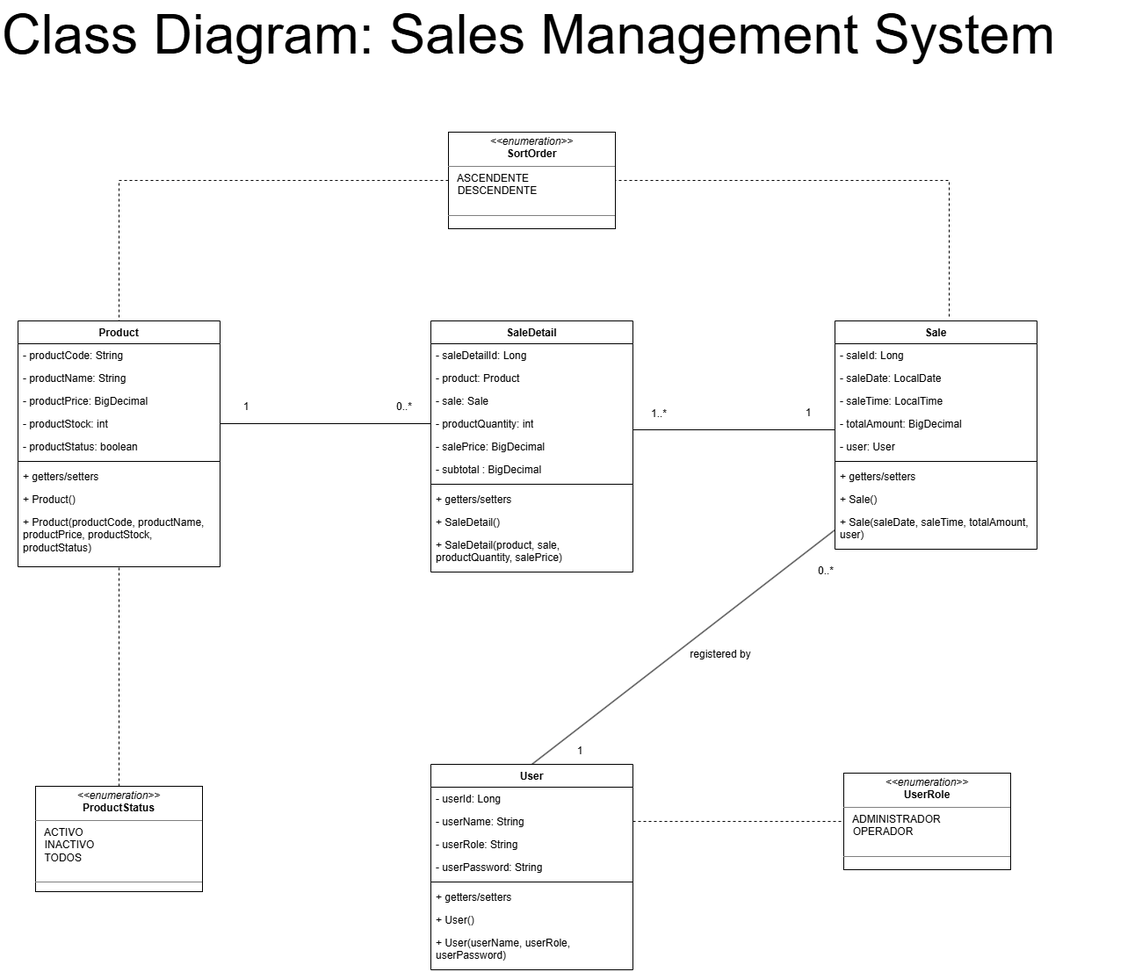
The draw.io diagram docs/diagrams/Class_Diagram.png in Marcos556149/sales-management-system, before a commit. Source tidied: cells renumbered, new cells last; positions are measured from the earlier drawing's top-left corner, leaving out a move shared by most shapes.
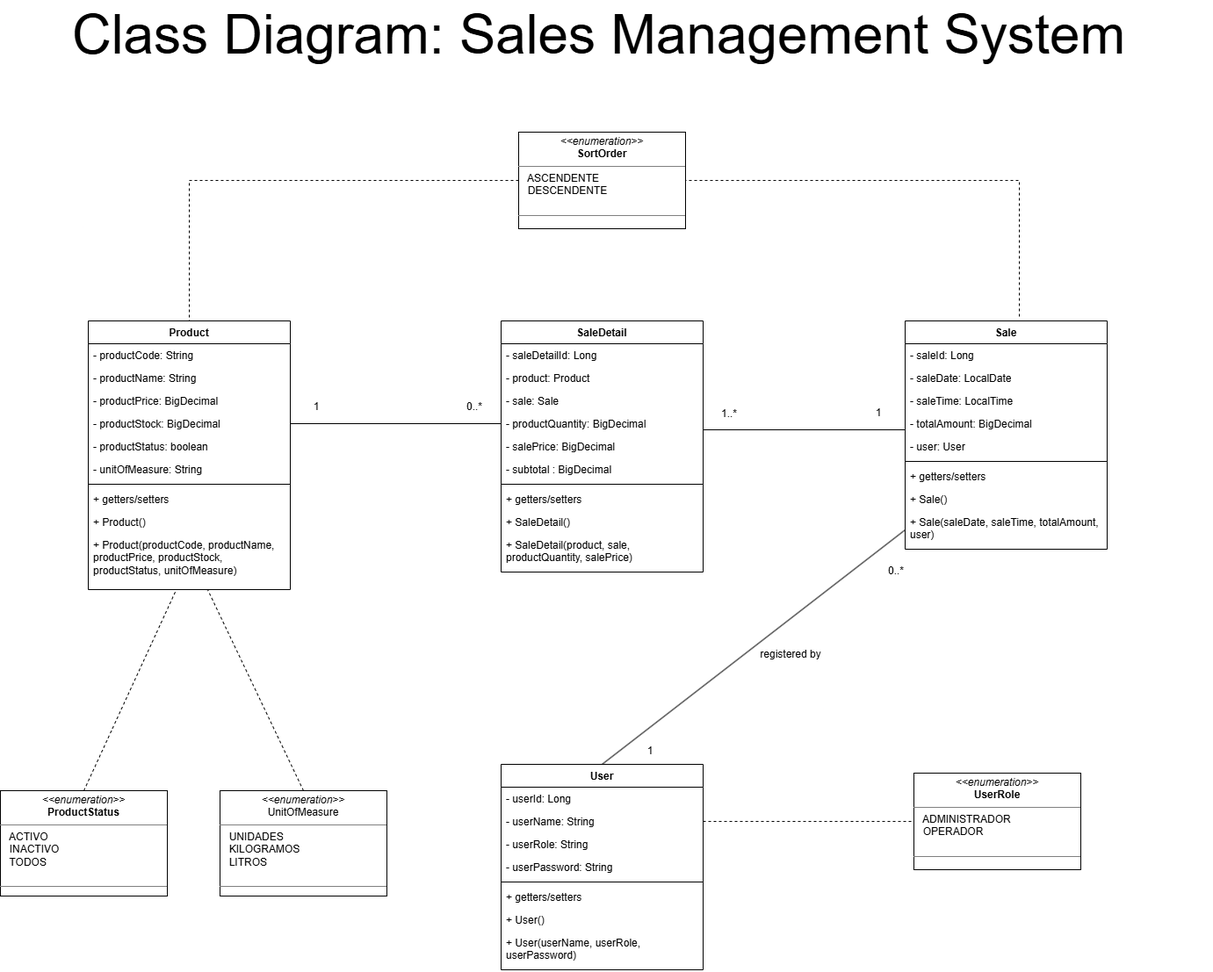
Above is the later version.

Commit message:
docs: update class diagram, add UnitOfMeasure enum, add unitOfMeasure to Product, update stock of Product and SaleDetail quantity types

Diff of the diagram source:
```diff
@@ -3,7 +3,7 @@
     <mxCell id="0" />
     <mxCell id="1" parent="0" />
     <mxCell id="2" value="Product" style="swimlane;fontStyle=1;align=center;verticalAlign=top;horizontal=1;startSize=26;whiteSpace=wrap;html=1;" parent="1" vertex="1">
-      <mxGeometry x="20" y="365" width="230" height="280" as="geometry" />
+      <mxGeometry x="20" y="365" width="230" height="306" as="geometry" />
     </mxCell>
     <mxCell id="3" value="- productCode: String" style="text;strokeColor=none;fillColor=none;align=left;verticalAlign=top;spacingLeft=4;spacingRight=4;overflow=hidden;whiteSpace=wrap;html=1;" parent="2" vertex="1">
       <mxGeometry y="26" width="230" height="26" as="geometry" />
@@ -14,24 +14,27 @@
     <mxCell id="5" value="- productPrice:&amp;nbsp;BigDecimal" style="text;strokeColor=none;fillColor=none;align=left;verticalAlign=top;spacingLeft=4;spacingRight=4;overflow=hidden;whiteSpace=wrap;html=1;" parent="2" vertex="1">
       <mxGeometry y="78" width="230" height="26" as="geometry" />
     </mxCell>
-    <mxCell id="6" value="- productStock: int" style="text;strokeColor=none;fillColor=none;align=left;verticalAlign=top;spacingLeft=4;spacingRight=4;overflow=hidden;whiteSpace=wrap;html=1;" parent="2" vertex="1">
-      <mxGeometry y="104" width="230" height="26" as="geometry" />
-    </mxCell>
+    <mxCell id="60" value="- productStock: BigDecimal" style="text;strokeColor=none;fillColor=none;align=left;verticalAlign=top;spacingLeft=4;spacingRight=4;overflow=hidden;whiteSpace=wrap;html=1;" parent="2" vertex="1">
+      <mxGeometry y="104" width="230" height="26" as="geometry" />
+    </mxCell>
     <mxCell id="7" value="- productStatus: boolean" style="text;strokeColor=none;fillColor=none;align=left;verticalAlign=top;spacingLeft=4;spacingRight=4;overflow=hidden;whiteSpace=wrap;html=1;" parent="2" vertex="1">
       <mxGeometry y="130" width="230" height="26" as="geometry" />
     </mxCell>
-    <mxCell id="8" style="line;strokeWidth=1;fillColor=none;align=left;verticalAlign=middle;spacingTop=-1;spacingLeft=3;spacingRight=3;labelPosition=right;strokeColor=inherit;" parent="2" vertex="1">
-      <mxGeometry y="156" width="230" height="8" as="geometry" />
-    </mxCell>
-    <mxCell id="9" value="+ getters/setters" style="text;strokeColor=none;fillColor=none;align=left;verticalAlign=top;spacingLeft=4;spacingRight=4;overflow=hidden;whiteSpace=wrap;html=1;" parent="2" vertex="1">
-      <mxGeometry y="164" width="230" height="26" as="geometry" />
-    </mxCell>
+    <mxCell id="61" value="- unitOfMeasure: String" style="text;strokeColor=none;fillColor=none;align=left;verticalAlign=top;spacingLeft=4;spacingRight=4;overflow=hidden;whiteSpace=wrap;html=1;" parent="2" vertex="1">
+      <mxGeometry y="156" width="230" height="26" as="geometry" />
+    </mxCell>
+    <mxCell id="62" style="line;strokeWidth=1;fillColor=none;align=left;verticalAlign=middle;spacingTop=-1;spacingLeft=3;spacingRight=3;labelPosition=right;strokeColor=inherit;" parent="2" vertex="1">
+      <mxGeometry y="182" width="230" height="8" as="geometry" />
+    </mxCell>
+    <mxCell id="63" value="+ getters/setters" style="text;strokeColor=none;fillColor=none;align=left;verticalAlign=top;spacingLeft=4;spacingRight=4;overflow=hidden;whiteSpace=wrap;html=1;" parent="2" vertex="1">
+      <mxGeometry y="190" width="230" height="26" as="geometry" />
+    </mxCell>
     <mxCell id="10" value="+ Product()" style="text;strokeColor=none;fillColor=none;align=left;verticalAlign=top;spacingLeft=4;spacingRight=4;overflow=hidden;whiteSpace=wrap;html=1;" parent="2" vertex="1">
-      <mxGeometry y="190" width="230" height="26" as="geometry" />
+      <mxGeometry y="216" width="230" height="26" as="geometry" />
     </mxCell>
-    <mxCell id="11" value="+ Product(productCode, productName, productPrice, productStock, productStatus)" style="text;strokeColor=none;fillColor=none;align=left;verticalAlign=top;spacingLeft=4;spacingRight=4;overflow=hidden;points=[[0,0.5],[1,0.5]];portConstraint=eastwest;whiteSpace=wrap;html=1;" parent="2" vertex="1">
-      <mxGeometry y="216" width="230" height="64" as="geometry" />
-    </mxCell>
+    <mxCell id="64" value="+ Product(productCode, productName, productPrice, productStock, productStatus, unitOfMeasure)" style="text;strokeColor=none;fillColor=none;align=left;verticalAlign=top;spacingLeft=4;spacingRight=4;overflow=hidden;points=[[0,0.5],[1,0.5]];portConstraint=eastwest;whiteSpace=wrap;html=1;" parent="2" vertex="1">
+      <mxGeometry y="242" width="230" height="64" as="geometry" />
+    </mxCell>
     <mxCell id="12" value="Sale" style="swimlane;fontStyle=1;align=center;verticalAlign=top;horizontal=1;startSize=26;whiteSpace=wrap;html=1;" parent="1" vertex="1">
       <mxGeometry x="950" y="365" width="230" height="260" as="geometry" />
     </mxCell>
@@ -50,12 +53,12 @@
     <mxCell id="17" value="- user: User" style="text;strokeColor=none;fillColor=none;align=left;verticalAlign=top;spacingLeft=4;spacingRight=4;overflow=hidden;whiteSpace=wrap;html=1;" parent="12" vertex="1">
       <mxGeometry y="130" width="230" height="26" as="geometry" />
     </mxCell>
-    <mxCell id="18" style="line;strokeWidth=1;fillColor=none;align=left;verticalAlign=middle;spacingTop=-1;spacingLeft=3;spacingRight=3;labelPosition=right;strokeColor=inherit;" parent="12" vertex="1">
-      <mxGeometry y="156" width="230" height="8" as="geometry" />
-    </mxCell>
-    <mxCell id="19" value="+ getters/setters" style="text;strokeColor=none;fillColor=none;align=left;verticalAlign=top;spacingLeft=4;spacingRight=4;overflow=hidden;whiteSpace=wrap;html=1;" parent="12" vertex="1">
-      <mxGeometry y="164" width="230" height="26" as="geometry" />
-    </mxCell>
+    <mxCell id="65" style="line;strokeWidth=1;fillColor=none;align=left;verticalAlign=middle;spacingTop=-1;spacingLeft=3;spacingRight=3;labelPosition=right;strokeColor=inherit;" parent="12" vertex="1">
+      <mxGeometry y="156" width="230" height="8" as="geometry" />
+    </mxCell>
+    <mxCell id="66" value="+ getters/setters" style="text;strokeColor=none;fillColor=none;align=left;verticalAlign=top;spacingLeft=4;spacingRight=4;overflow=hidden;whiteSpace=wrap;html=1;" parent="12" vertex="1">
+      <mxGeometry y="164" width="230" height="26" as="geometry" />
+    </mxCell>
     <mxCell id="20" value="+ Sale()" style="text;strokeColor=none;fillColor=none;align=left;verticalAlign=top;spacingLeft=4;spacingRight=4;overflow=hidden;whiteSpace=wrap;html=1;" parent="12" vertex="1">
       <mxGeometry y="190" width="230" height="26" as="geometry" />
     </mxCell>
@@ -74,21 +77,21 @@
     <mxCell id="25" value="- sale: Sale" style="text;strokeColor=none;fillColor=none;align=left;verticalAlign=top;spacingLeft=4;spacingRight=4;overflow=hidden;whiteSpace=wrap;html=1;" parent="22" vertex="1">
       <mxGeometry y="78" width="230" height="26" as="geometry" />
     </mxCell>
-    <mxCell id="26" value="- productQuantity: int" style="text;strokeColor=none;fillColor=none;align=left;verticalAlign=top;spacingLeft=4;spacingRight=4;overflow=hidden;whiteSpace=wrap;html=1;" parent="22" vertex="1">
-      <mxGeometry y="104" width="230" height="26" as="geometry" />
-    </mxCell>
+    <mxCell id="67" value="- productQuantity: BigDecimal" style="text;strokeColor=none;fillColor=none;align=left;verticalAlign=top;spacingLeft=4;spacingRight=4;overflow=hidden;whiteSpace=wrap;html=1;" parent="22" vertex="1">
+      <mxGeometry y="104" width="230" height="26" as="geometry" />
+    </mxCell>
     <mxCell id="27" value="- salePrice: BigDecimal" style="text;strokeColor=none;fillColor=none;align=left;verticalAlign=top;spacingLeft=4;spacingRight=4;overflow=hidden;whiteSpace=wrap;html=1;" parent="22" vertex="1">
       <mxGeometry y="130" width="230" height="26" as="geometry" />
     </mxCell>
     <mxCell id="28" value="- subtotal : BigDecimal" style="text;strokeColor=none;fillColor=none;align=left;verticalAlign=top;spacingLeft=4;spacingRight=4;overflow=hidden;whiteSpace=wrap;html=1;" parent="22" vertex="1">
       <mxGeometry y="156" width="230" height="26" as="geometry" />
     </mxCell>
-    <mxCell id="29" style="line;strokeWidth=1;fillColor=none;align=left;verticalAlign=middle;spacingTop=-1;spacingLeft=3;spacingRight=3;labelPosition=right;strokeColor=inherit;" parent="22" vertex="1">
-      <mxGeometry y="182" width="230" height="8" as="geometry" />
-    </mxCell>
-    <mxCell id="30" value="+ getters/setters" style="text;strokeColor=none;fillColor=none;align=left;verticalAlign=top;spacingLeft=4;spacingRight=4;overflow=hidden;whiteSpace=wrap;html=1;" parent="22" vertex="1">
-      <mxGeometry y="190" width="230" height="26" as="geometry" />
-    </mxCell>
+    <mxCell id="68" style="line;strokeWidth=1;fillColor=none;align=left;verticalAlign=middle;spacingTop=-1;spacingLeft=3;spacingRight=3;labelPosition=right;strokeColor=inherit;" parent="22" vertex="1">
+      <mxGeometry y="182" width="230" height="8" as="geometry" />
+    </mxCell>
+    <mxCell id="69" value="+ getters/setters" style="text;strokeColor=none;fillColor=none;align=left;verticalAlign=top;spacingLeft=4;spacingRight=4;overflow=hidden;whiteSpace=wrap;html=1;" parent="22" vertex="1">
+      <mxGeometry y="190" width="230" height="26" as="geometry" />
+    </mxCell>
     <mxCell id="31" value="+ SaleDetail()" style="text;strokeColor=none;fillColor=none;align=left;verticalAlign=top;spacingLeft=4;spacingRight=4;overflow=hidden;whiteSpace=wrap;html=1;" parent="22" vertex="1">
       <mxGeometry y="216" width="230" height="26" as="geometry" />
     </mxCell>
@@ -153,7 +156,7 @@
       <mxGeometry x="780" y="730" width="80" height="30" as="geometry" />
     </mxCell>
     <mxCell id="52" value="&lt;p style=&quot;margin:0px;margin-top:4px;text-align:center;&quot;&gt;&lt;i&gt;&amp;lt;&amp;lt;enumeration&amp;gt;&amp;gt;&lt;/i&gt;&lt;br&gt;&lt;b&gt;ProductStatus&lt;/b&gt;&lt;/p&gt;&lt;hr size=&quot;1&quot; style=&quot;border-style:solid;&quot;&gt;&lt;p style=&quot;margin:0px;margin-left:4px;&quot;&gt;&amp;nbsp; ACTIVO&lt;br&gt;&amp;nbsp; INACTIVO&lt;/p&gt;&lt;p style=&quot;margin:0px;margin-left:4px;&quot;&gt;&amp;nbsp; TODOS&lt;/p&gt;&lt;p style=&quot;margin:0px;margin-left:4px;&quot;&gt;&lt;br&gt;&lt;/p&gt;&lt;hr size=&quot;1&quot; style=&quot;border-style:solid;&quot;&gt;&lt;p style=&quot;margin:0px;margin-left:4px;&quot;&gt;&lt;br&gt;&lt;/p&gt;" style="verticalAlign=top;align=left;overflow=fill;html=1;whiteSpace=wrap;" parent="1" vertex="1">
-      <mxGeometry x="40" y="895" width="190" height="120" as="geometry" />
+      <mxGeometry x="-80" y="900" width="190" height="120" as="geometry" />
     </mxCell>
     <mxCell id="53" value="&lt;p style=&quot;margin:0px;margin-top:4px;text-align:center;&quot;&gt;&lt;i&gt;&amp;lt;&amp;lt;enumeration&amp;gt;&amp;gt;&lt;/i&gt;&lt;br&gt;&lt;b&gt;SortOrder&lt;/b&gt;&lt;/p&gt;&lt;hr size=&quot;1&quot; style=&quot;border-style:solid;&quot;&gt;&lt;p style=&quot;margin:0px;margin-left:4px;&quot;&gt;&amp;nbsp; ASCENDENTE&lt;br&gt;&amp;nbsp; DESCENDENTE&lt;/p&gt;&lt;p style=&quot;margin:0px;margin-left:4px;&quot;&gt;&lt;br&gt;&lt;/p&gt;&lt;hr size=&quot;1&quot; style=&quot;border-style:solid;&quot;&gt;&lt;p style=&quot;margin:0px;margin-left:4px;&quot;&gt;&lt;br&gt;&lt;/p&gt;" style="verticalAlign=top;align=left;overflow=fill;html=1;whiteSpace=wrap;" parent="1" vertex="1">
       <mxGeometry x="510" y="150" width="190" height="110" as="geometry" />
@@ -161,20 +164,20 @@
     <mxCell id="54" value="&lt;p style=&quot;margin:0px;margin-top:4px;text-align:center;&quot;&gt;&lt;i&gt;&amp;lt;&amp;lt;enumeration&amp;gt;&amp;gt;&lt;/i&gt;&lt;br&gt;&lt;b&gt;UserRole&lt;/b&gt;&lt;/p&gt;&lt;hr size=&quot;1&quot; style=&quot;border-style:solid;&quot;&gt;&lt;p style=&quot;margin:0px;margin-left:4px;&quot;&gt;&amp;nbsp; ADMINISTRADOR&lt;br&gt;&amp;nbsp; OPERADOR&lt;/p&gt;&lt;p style=&quot;margin:0px;margin-left:4px;&quot;&gt;&lt;br&gt;&lt;/p&gt;&lt;hr size=&quot;1&quot; style=&quot;border-style:solid;&quot;&gt;&lt;p style=&quot;margin:0px;margin-left:4px;&quot;&gt;&lt;br&gt;&lt;/p&gt;" style="verticalAlign=top;align=left;overflow=fill;html=1;whiteSpace=wrap;" parent="1" vertex="1">
       <mxGeometry x="960" y="880" width="190" height="110" as="geometry" />
     </mxCell>
-    <mxCell id="55" style="endArrow=none;html=1;rounded=0;exitX=0.5;exitY=0;exitDx=0;exitDy=0;dashed=1;" parent="1" edge="1" source="52" target="11">
-      <mxGeometry relative="1" as="geometry" />
-    </mxCell>
+    <mxCell id="70" style="endArrow=none;html=1;rounded=0;exitX=0.5;exitY=0;exitDx=0;exitDy=0;dashed=1;" parent="1" edge="1" source="52" target="64">
+      <mxGeometry relative="1" as="geometry" />
+    </mxCell>
     <mxCell id="56" style="endArrow=none;html=1;rounded=0;exitX=1;exitY=0.5;exitDx=0;exitDy=0;dashed=1;entryX=0;entryY=0.5;entryDx=0;entryDy=0;" parent="1" edge="1" source="35" target="54">
       <mxGeometry relative="1" as="geometry" />
     </mxCell>
-    <mxCell id="57" style="endArrow=none;html=1;rounded=0;entryX=1;entryY=0.5;entryDx=0;entryDy=0;dashed=1;" parent="1" edge="1" target="53">
-      <mxGeometry relative="1" as="geometry">
-        <mxPoint x="1080" y="360" as="sourcePoint" />
-        <Array as="points">
-          <mxPoint x="1080" y="205" />
-        </Array>
-      </mxGeometry>
-    </mxCell>
+    <mxCell id="71" style="endArrow=none;html=1;rounded=0;entryX=1;entryY=0.5;entryDx=0;entryDy=0;dashed=1;" parent="1" edge="1" target="53">
+      <mxGeometry relative="1" as="geometry">
+        <mxPoint x="1080" y="360" as="sourcePoint" />
+        <Array as="points">
+          <mxPoint x="1080" y="205" />
+        </Array>
+      </mxGeometry>
+    </mxCell>
     <mxCell id="58" style="endArrow=none;html=1;rounded=0;entryX=0.5;entryY=0;entryDx=0;entryDy=0;dashed=1;exitX=0;exitY=0.5;exitDx=0;exitDy=0;" parent="1" edge="1" source="53" target="2">
       <mxGeometry relative="1" as="geometry">
         <Array as="points">
@@ -185,5 +188,11 @@
     <mxCell id="59" value="&lt;font style=&quot;font-size: 62px;&quot;&gt;Class Diagram: Sales Management System&lt;/font&gt;" style="text;html=1;whiteSpace=wrap;strokeColor=none;fillColor=none;align=left;verticalAlign=middle;rounded=0;strokeWidth=1;fontSize=59;" parent="1" vertex="1">
       <mxGeometry width="1300" height="80" as="geometry" />
     </mxCell>
+    <mxCell id="72" value="&lt;p style=&quot;margin:0px;margin-top:4px;text-align:center;&quot;&gt;&lt;i&gt;&amp;lt;&amp;lt;enumeration&amp;gt;&amp;gt;&lt;/i&gt;&lt;br&gt;UnitOfMeasure&lt;/p&gt;&lt;hr size=&quot;1&quot; style=&quot;border-style:solid;&quot;&gt;&lt;p style=&quot;margin:0px;margin-left:4px;&quot;&gt;&amp;nbsp; UNIDADES&lt;br&gt;&amp;nbsp; KILOGRAMOS&lt;/p&gt;&lt;p style=&quot;margin:0px;margin-left:4px;&quot;&gt;&amp;nbsp; LITROS&lt;/p&gt;&lt;p style=&quot;margin:0px;margin-left:4px;&quot;&gt;&lt;br&gt;&lt;/p&gt;&lt;hr size=&quot;1&quot; style=&quot;border-style:solid;&quot;&gt;&lt;p style=&quot;margin:0px;margin-left:4px;&quot;&gt;&lt;br&gt;&lt;/p&gt;" style="verticalAlign=top;align=left;overflow=fill;html=1;whiteSpace=wrap;" parent="1" vertex="1">
+      <mxGeometry x="170" y="900" width="190" height="120" as="geometry" />
+    </mxCell>
+    <mxCell id="73" style="endArrow=none;html=1;rounded=0;exitX=0.5;exitY=0;exitDx=0;exitDy=0;dashed=1;entryX=0.591;entryY=1;entryDx=0;entryDy=0;entryPerimeter=0;" parent="1" edge="1" source="72" target="64">
+      <mxGeometry relative="1" as="geometry" />
+    </mxCell>
   </root>
 </mxGraphModel>
```
